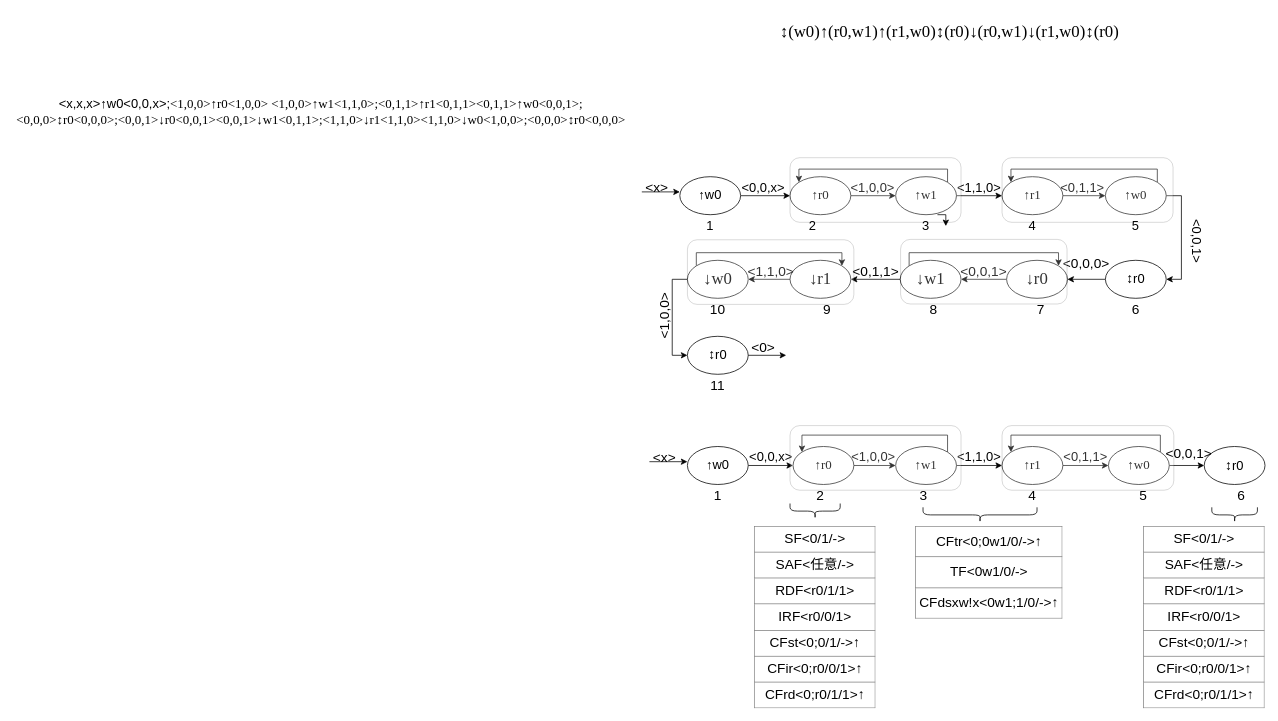
This is doc/March C.drawio from shanshan-lu/homwork, a draw.io file, before an edit. Source tidied: cells renumbered, new cells numbered last; positions are measured from the earlier drawing's top-left corner, leaving out a move shared by most shapes. Both pictures are drawn from the tidied source at 76%, with x=0, y=0 at pixel (13, 24).
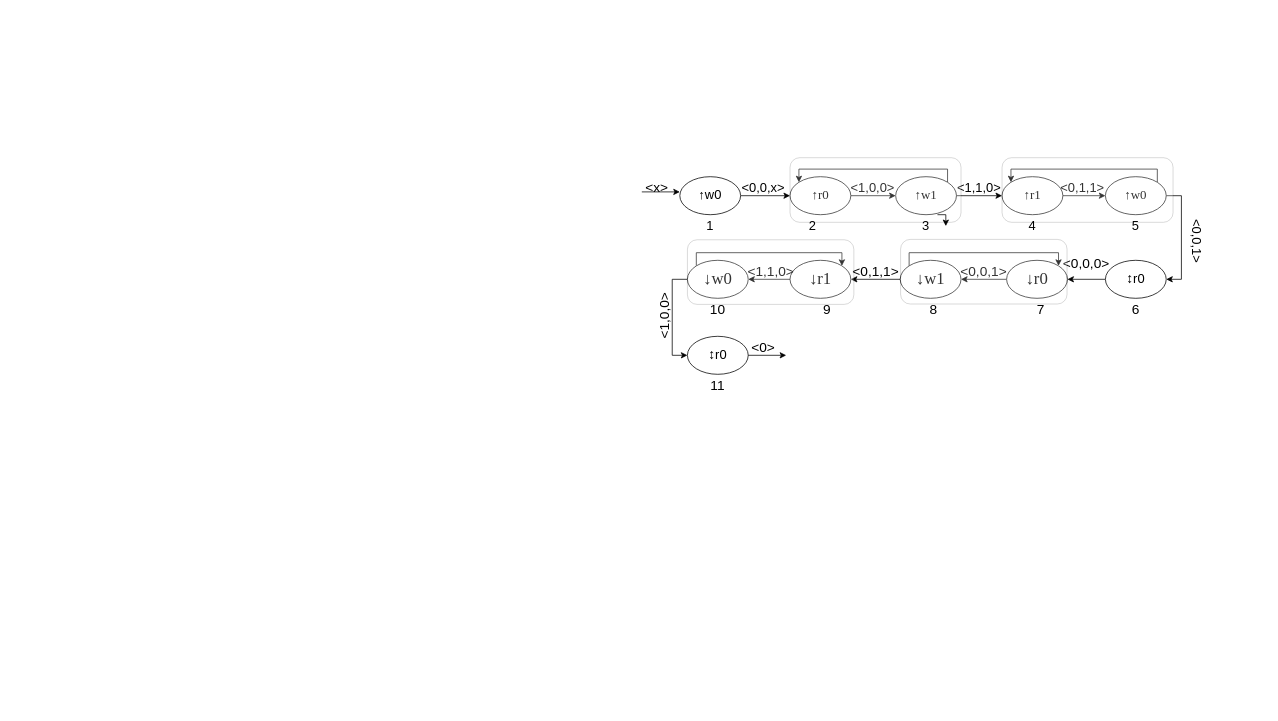
The same page after the edit.

Change to the diagram source:
```diff
@@
-    <mxCell id="2" value="&lt;p class=&quot;MsoNormal&quot;&gt;&lt;span style=&quot;font-family: &amp;quot;Times New Roman&amp;quot;;&quot;&gt;&lt;font style=&quot;font-size: 22px;&quot;&gt;↕(w0)↑(r0,w1)↑(r1,w0)↕(r0)↓(r0,w1)↓(r1,w0)↕(r0)&lt;/font&gt;&lt;/span&gt;&lt;/p&gt;" style="text;html=1;strokeColor=none;fillColor=none;align=center;verticalAlign=middle;whiteSpace=wrap;rounded=0;" parent="1" vertex="1">
-      <mxGeometry x="1022" width="420" height="20" as="geometry" />
-    </mxCell>
-    <mxCell id="3" value="&lt;p style=&quot;font-size: 17px;&quot; class=&quot;MsoNormal&quot;&gt;&lt;span&gt;&amp;lt;x,x,x&amp;gt;↑w0&amp;lt;0,0,x&amp;gt;;&lt;/span&gt;&lt;span style=&quot;font-family: &amp;quot;Times New Roman&amp;quot;; background-color: initial;&quot;&gt;&amp;lt;1,0,0&amp;gt;↑r0&amp;lt;1,0,0&amp;gt; &amp;lt;1,0,0&amp;gt;↑w1&amp;lt;1,1,0&amp;gt;;&lt;/span&gt;&lt;span style=&quot;font-family: &amp;quot;Times New Roman&amp;quot;; background-color: initial;&quot;&gt;&amp;lt;0,1,1&amp;gt;↑r1&amp;lt;0,1,1&amp;gt;&amp;lt;0,1,1&amp;gt;↑w0&amp;lt;0,0,1&amp;gt;;&lt;/span&gt;&lt;span style=&quot;font-family: &amp;quot;Times New Roman&amp;quot;; background-color: initial;&quot;&gt;&amp;lt;0,0,0&amp;gt;↕r0&amp;lt;0,0,0&amp;gt;;&lt;/span&gt;&lt;span style=&quot;font-family: &amp;quot;Times New Roman&amp;quot;; background-color: initial;&quot;&gt;&amp;lt;0,0,1&amp;gt;↓r0&amp;lt;0,0,1&amp;gt;&amp;lt;0,0,1&amp;gt;↓w1&amp;lt;0,1,1&amp;gt;;&lt;/span&gt;&lt;span style=&quot;font-family: &amp;quot;Times New Roman&amp;quot;; background-color: initial;&quot;&gt;&amp;lt;1,1,0&amp;gt;↓r1&amp;lt;1,1,0&amp;gt;&amp;lt;1,1,0&amp;gt;↓w0&amp;lt;1,0,0&amp;gt;;&lt;/span&gt;&lt;span style=&quot;font-family: &amp;quot;Times New Roman&amp;quot;; background-color: initial;&quot;&gt;&amp;lt;0,0,0&amp;gt;↕r0&amp;lt;0,0,0&amp;gt;&lt;/span&gt;&lt;/p&gt;" style="text;html=1;strokeColor=none;fillColor=none;align=center;verticalAlign=middle;whiteSpace=wrap;rounded=0;" parent="1" vertex="1">
-      <mxGeometry y="90" width="810" height="50" as="geometry" />
-    </mxCell>
@@
-    <mxCell id="58" style="edgeStyle=orthogonalEdgeStyle;rounded=0;jettySize=auto;html=1;exitX=1;exitY=0.5;exitDx=0;exitDy=0;entryX=0;entryY=0.5;entryDx=0;entryDy=0;fontSize=17;" parent="1" edge="1" source="59" target="61">
-      <mxGeometry relative="1" as="geometry" />
-    </mxCell>
-    <mxCell id="59" value="↑w0" style="ellipse;whiteSpace=wrap;html=1;fontSize=17;" parent="1" vertex="1">
-      <mxGeometry x="887" y="555" width="80" height="50" as="geometry" />
-    </mxCell>
-    <mxCell id="60" style="edgeStyle=orthogonalEdgeStyle;rounded=0;jettySize=auto;html=1;exitX=1;exitY=0.5;exitDx=0;exitDy=0;entryX=0;entryY=0.5;entryDx=0;entryDy=0;fontSize=17;" parent="1" edge="1" source="61" target="64">
-      <mxGeometry relative="1" as="geometry" />
-    </mxCell>
-    <mxCell id="61" value="&lt;span style=&quot;font-family: &amp;quot;Times New Roman&amp;quot;;&quot;&gt;↑r0&lt;/span&gt;" style="ellipse;whiteSpace=wrap;html=1;fontSize=17;" parent="1" vertex="1">
-      <mxGeometry x="1026" y="555" width="80" height="50" as="geometry" />
-    </mxCell>
-    <mxCell id="62" style="edgeStyle=orthogonalEdgeStyle;rounded=0;jettySize=auto;html=1;exitX=1;exitY=0.5;exitDx=0;exitDy=0;entryX=0;entryY=0.5;entryDx=0;entryDy=0;fontSize=17;" parent="1" edge="1" source="64" target="69">
-      <mxGeometry relative="1" as="geometry" />
-    </mxCell>
-    <mxCell id="63" style="edgeStyle=orthogonalEdgeStyle;rounded=0;jettySize=auto;html=1;exitX=1;exitY=0;exitDx=0;exitDy=0;entryX=0;entryY=0;entryDx=0;entryDy=0;fontSize=18;" parent="1" edge="1" source="64" target="61">
-      <mxGeometry relative="1" as="geometry">
-        <Array as="points">
-          <mxPoint x="1229" y="540" />
-          <mxPoint x="1038" y="540" />
-        </Array>
-      </mxGeometry>
-    </mxCell>
-    <mxCell id="64" value="&lt;span style=&quot;font-family: &amp;quot;Times New Roman&amp;quot;;&quot;&gt;↑w1&lt;/span&gt;" style="ellipse;whiteSpace=wrap;html=1;fontSize=17;" parent="1" vertex="1">
-      <mxGeometry x="1161" y="555" width="80" height="50" as="geometry" />
-    </mxCell>
-    <mxCell id="65" value="&amp;lt;0,0,x&amp;gt;" style="text;html=1;strokeColor=none;fillColor=none;align=center;verticalAlign=middle;whiteSpace=wrap;rounded=0;glass=0;fontSize=17;opacity=20;" parent="1" vertex="1">
-      <mxGeometry x="967" y="555" width="60" height="30" as="geometry" />
-    </mxCell>
-    <mxCell id="66" value="&amp;lt;1,0,0&amp;gt;" style="text;html=1;strokeColor=none;fillColor=none;align=center;verticalAlign=middle;whiteSpace=wrap;rounded=0;glass=0;fontSize=17;opacity=20;" parent="1" vertex="1">
-      <mxGeometry x="1102" y="555" width="60" height="30" as="geometry" />
-    </mxCell>
-    <mxCell id="67" value="&amp;lt;1,1,0&amp;gt;" style="text;html=1;strokeColor=none;fillColor=none;align=center;verticalAlign=middle;whiteSpace=wrap;rounded=0;glass=0;fontSize=17;opacity=20;" parent="1" vertex="1">
-      <mxGeometry x="1241" y="555" width="60" height="30" as="geometry" />
-    </mxCell>
-    <mxCell id="68" style="edgeStyle=orthogonalEdgeStyle;rounded=0;jettySize=auto;html=1;exitX=1;exitY=0.5;exitDx=0;exitDy=0;entryX=0;entryY=0.5;entryDx=0;entryDy=0;fontSize=17;" parent="1" edge="1" source="69" target="73">
-      <mxGeometry relative="1" as="geometry" />
-    </mxCell>
-    <mxCell id="69" value="&lt;span style=&quot;font-family: &amp;quot;Times New Roman&amp;quot;;&quot;&gt;↑r1&lt;/span&gt;" style="ellipse;whiteSpace=wrap;html=1;fontSize=17;" parent="1" vertex="1">
-      <mxGeometry x="1301" y="555" width="80" height="50" as="geometry" />
-    </mxCell>
-    <mxCell id="70" style="rounded=1;whiteSpace=wrap;html=1;glass=0;fontSize=17;strokeColor=#000000;opacity=20;" parent="1" vertex="1">
-      <mxGeometry x="1022" y="527.5" width="225" height="85" as="geometry" />
-    </mxCell>
-    <mxCell id="71" style="edgeStyle=orthogonalEdgeStyle;rounded=0;jettySize=auto;html=1;exitX=1;exitY=0.5;exitDx=0;exitDy=0;entryX=0;entryY=0.5;entryDx=0;entryDy=0;fontSize=18;" parent="1" edge="1" source="73" target="78">
-      <mxGeometry relative="1" as="geometry" />
-    </mxCell>
-    <mxCell id="72" style="edgeStyle=orthogonalEdgeStyle;rounded=0;jettySize=auto;html=1;exitX=1;exitY=0;exitDx=0;exitDy=0;entryX=0;entryY=0;entryDx=0;entryDy=0;fontSize=18;" parent="1" edge="1" source="73" target="69">
-      <mxGeometry relative="1" as="geometry">
-        <Array as="points">
-          <mxPoint x="1509" y="540" />
-          <mxPoint x="1313" y="540" />
-        </Array>
-      </mxGeometry>
-    </mxCell>
-    <mxCell id="73" value="&lt;span style=&quot;font-family: &amp;quot;Times New Roman&amp;quot;;&quot;&gt;↑w0&lt;/span&gt;" style="ellipse;whiteSpace=wrap;html=1;fontSize=17;" parent="1" vertex="1">
-      <mxGeometry x="1441" y="555" width="80" height="50" as="geometry" />
-    </mxCell>
-    <mxCell id="74" value="&amp;lt;0,1,1&amp;gt;" style="text;html=1;strokeColor=none;fillColor=none;align=center;verticalAlign=middle;whiteSpace=wrap;rounded=0;glass=0;fontSize=17;opacity=20;" parent="1" vertex="1">
-      <mxGeometry x="1381" y="555" width="60" height="30" as="geometry" />
-    </mxCell>
-    <mxCell id="75" style="rounded=1;whiteSpace=wrap;html=1;glass=0;fontSize=17;strokeColor=#000000;opacity=20;" parent="1" vertex="1">
-      <mxGeometry x="1301" y="527.5" width="226" height="85" as="geometry" />
-    </mxCell>
-    <mxCell id="76" style="endArrow=classic;html=1;rounded=0;fontSize=18;" parent="1" edge="1">
-      <mxGeometry relative="1" as="geometry">
-        <mxPoint x="837" y="575" as="sourcePoint" />
-        <mxPoint x="887" y="575" as="targetPoint" />
-      </mxGeometry>
-    </mxCell>
-    <mxCell id="77" value="&amp;lt;x&amp;gt;" style="text;html=1;strokeColor=none;fillColor=none;align=center;verticalAlign=middle;whiteSpace=wrap;rounded=0;glass=0;fontSize=18;opacity=20;" parent="1" vertex="1">
-      <mxGeometry x="837" y="555" width="40" height="30" as="geometry" />
-    </mxCell>
-    <mxCell id="78" value="&lt;span style=&quot;font-family: &amp;quot;Times New Roman&amp;quot;;&quot;&gt;&lt;font style=&quot;font-size: 18px;&quot;&gt;↕&lt;/font&gt;&lt;/span&gt;r0" style="ellipse;whiteSpace=wrap;html=1;fontSize=17;" parent="1" vertex="1">
-      <mxGeometry x="1567" y="555" width="80" height="50" as="geometry" />
-    </mxCell>
-    <mxCell id="79" value="&amp;lt;0,0,1&amp;gt;" style="text;html=1;strokeColor=none;fillColor=none;align=center;verticalAlign=middle;whiteSpace=wrap;rounded=0;glass=0;fontSize=18;opacity=20;" parent="1" vertex="1">
-      <mxGeometry x="1517" y="550" width="60" height="30" as="geometry" />
-    </mxCell>
-    <mxCell id="80" value="1" style="text;html=1;strokeColor=none;fillColor=none;align=center;verticalAlign=middle;whiteSpace=wrap;rounded=0;glass=0;fontSize=18;opacity=20;" parent="1" vertex="1">
-      <mxGeometry x="897" y="605" width="60" height="30" as="geometry" />
-    </mxCell>
-    <mxCell id="81" value="2" style="text;html=1;strokeColor=none;fillColor=none;align=center;verticalAlign=middle;whiteSpace=wrap;rounded=0;glass=0;fontSize=18;opacity=20;" parent="1" vertex="1">
-      <mxGeometry x="1032" y="605" width="60" height="30" as="geometry" />
-    </mxCell>
-    <mxCell id="82" value="3" style="text;html=1;strokeColor=none;fillColor=none;align=center;verticalAlign=middle;whiteSpace=wrap;rounded=0;glass=0;fontSize=18;opacity=20;" parent="1" vertex="1">
-      <mxGeometry x="1168" y="605" width="60" height="30" as="geometry" />
-    </mxCell>
-    <mxCell id="83" value="4" style="text;html=1;strokeColor=none;fillColor=none;align=center;verticalAlign=middle;whiteSpace=wrap;rounded=0;glass=0;fontSize=18;opacity=20;" parent="1" vertex="1">
-      <mxGeometry x="1311" y="605" width="60" height="30" as="geometry" />
-    </mxCell>
-    <mxCell id="84" value="5" style="text;html=1;strokeColor=none;fillColor=none;align=center;verticalAlign=middle;whiteSpace=wrap;rounded=0;glass=0;fontSize=18;opacity=20;" parent="1" vertex="1">
-      <mxGeometry x="1457" y="605" width="60" height="30" as="geometry" />
-    </mxCell>
-    <mxCell id="85" value="6" style="text;html=1;strokeColor=none;fillColor=none;align=center;verticalAlign=middle;whiteSpace=wrap;rounded=0;glass=0;fontSize=18;opacity=20;" parent="1" vertex="1">
-      <mxGeometry x="1586" y="605" width="60" height="30" as="geometry" />
-    </mxCell>
-    <mxCell id="86" style="shape=curlyBracket;whiteSpace=wrap;html=1;rounded=1;glass=0;fontSize=18;strokeColor=#000000;direction=north;size=0.5;" parent="1" vertex="1">
-      <mxGeometry x="1022" y="630" width="66" height="20" as="geometry" />
-    </mxCell>
-    <mxCell id="87" value="&lt;table border=&quot;1&quot; width=&quot;100%&quot; height=&quot;100%&quot; cellpadding=&quot;4&quot; style=&quot;width:100%;height:100%;border-collapse:collapse;&quot;&gt;&lt;tbody&gt;&lt;tr&gt;&lt;th style=&quot;text-align: center;&quot;&gt;&lt;span style=&quot;font-weight: normal;&quot;&gt;SF&amp;lt;0/1/-&amp;gt;&lt;/span&gt;&lt;/th&gt;&lt;/tr&gt;&lt;tr&gt;&lt;td style=&quot;text-align: center;&quot;&gt;SAF&amp;lt;任意/-&amp;gt;&lt;/td&gt;&lt;/tr&gt;&lt;tr&gt;&lt;td style=&quot;text-align: center;&quot;&gt;RDF&amp;lt;r0/1/1&amp;gt;&lt;/td&gt;&lt;/tr&gt;&lt;tr&gt;&lt;td style=&quot;text-align: center;&quot;&gt;IRF&amp;lt;r0/0/1&amp;gt;&lt;/td&gt;&lt;/tr&gt;&lt;tr&gt;&lt;td style=&quot;text-align: center;&quot;&gt;CFst&amp;lt;0;0/1/-&amp;gt;↑&lt;br&gt;&lt;/td&gt;&lt;/tr&gt;&lt;tr&gt;&lt;td style=&quot;text-align: center;&quot;&gt;CFir&amp;lt;0;r0/0/1&amp;gt;↑&lt;/td&gt;&lt;/tr&gt;&lt;tr&gt;&lt;td style=&quot;text-align: center;&quot;&gt;CFrd&amp;lt;0;r0/1/1&amp;gt;↑&lt;/td&gt;&lt;/tr&gt;&lt;/tbody&gt;&lt;/table&gt;" style="text;html=1;strokeColor=none;fillColor=none;overflow=fill;glass=0;fontSize=18;" parent="1" vertex="1">
-      <mxGeometry x="975" y="660" width="160" height="240" as="geometry" />
-    </mxCell>
-    <mxCell id="88" style="shape=curlyBracket;whiteSpace=wrap;html=1;rounded=1;flipH=1;glass=0;fontSize=18;strokeColor=#000000;direction=north;size=0.5;" parent="1" vertex="1">
-      <mxGeometry x="1577" y="635" width="60" height="20" as="geometry" />
-    </mxCell>
-    <mxCell id="89" value="&lt;table border=&quot;1&quot; width=&quot;100%&quot; height=&quot;100%&quot; cellpadding=&quot;4&quot; style=&quot;width:100%;height:100%;border-collapse:collapse;&quot;&gt;&lt;tbody&gt;&lt;tr&gt;&lt;th style=&quot;text-align: center;&quot;&gt;&lt;span style=&quot;font-weight: normal;&quot;&gt;SF&amp;lt;0/1/-&amp;gt;&lt;/span&gt;&lt;/th&gt;&lt;/tr&gt;&lt;tr&gt;&lt;td style=&quot;text-align: center;&quot;&gt;SAF&amp;lt;任意/-&amp;gt;&lt;/td&gt;&lt;/tr&gt;&lt;tr&gt;&lt;td style=&quot;text-align: center;&quot;&gt;RDF&amp;lt;r0/1/1&amp;gt;&lt;/td&gt;&lt;/tr&gt;&lt;tr&gt;&lt;td style=&quot;text-align: center;&quot;&gt;IRF&amp;lt;r0/0/1&amp;gt;&lt;/td&gt;&lt;/tr&gt;&lt;tr&gt;&lt;td style=&quot;text-align: center;&quot;&gt;CFst&amp;lt;0;0/1/-&amp;gt;↑&lt;br&gt;&lt;/td&gt;&lt;/tr&gt;&lt;tr&gt;&lt;td style=&quot;text-align: center;&quot;&gt;CFir&amp;lt;0;r0/0/1&amp;gt;↑&lt;/td&gt;&lt;/tr&gt;&lt;tr&gt;&lt;td style=&quot;text-align: center;&quot;&gt;CFrd&amp;lt;0;r0/1/1&amp;gt;↑&lt;/td&gt;&lt;/tr&gt;&lt;/tbody&gt;&lt;/table&gt;" style="text;html=1;strokeColor=none;fillColor=none;overflow=fill;glass=0;fontSize=18;" parent="1" vertex="1">
-      <mxGeometry x="1487" y="660" width="160" height="240" as="geometry" />
-    </mxCell>
@@
-    <mxCell id="91" style="shape=curlyBracket;whiteSpace=wrap;html=1;rounded=1;flipH=1;glass=0;fontSize=18;strokeColor=#000000;direction=north;size=0.5;" parent="1" vertex="1">
-      <mxGeometry x="1197" y="635" width="150" height="20" as="geometry" />
-    </mxCell>
-    <mxCell id="92" value="&lt;table border=&quot;1&quot; width=&quot;100%&quot; height=&quot;100%&quot; cellpadding=&quot;4&quot; style=&quot;width:100%;height:100%;border-collapse:collapse;&quot;&gt;&lt;tbody&gt;&lt;tr&gt;&lt;th style=&quot;text-align: center;&quot;&gt;&lt;span style=&quot;font-weight: 400;&quot;&gt;CFtr&amp;lt;0;0w1/0/-&amp;gt;&lt;/span&gt;↑&lt;/th&gt;&lt;/tr&gt;&lt;tr&gt;&lt;td style=&quot;text-align: center;&quot;&gt;TF&amp;lt;0w1/0/-&amp;gt;&lt;/td&gt;&lt;/tr&gt;&lt;tr&gt;&lt;td style=&quot;text-align: center;&quot;&gt;CFdsxw!x&amp;lt;0w1;1/0/-&amp;gt;↑&lt;/td&gt;&lt;/tr&gt;&lt;/tbody&gt;&lt;/table&gt;" style="text;html=1;strokeColor=none;fillColor=none;overflow=fill;glass=0;fontSize=18;" parent="1" vertex="1">
-      <mxGeometry x="1187" y="660" width="194" height="122" as="geometry" />
-    </mxCell>
-    <mxCell id="93" style="edgeStyle=orthogonalEdgeStyle;rounded=0;orthogonalLoop=1;jettySize=auto;html=1;exitX=0.5;exitY=1;exitDx=0;exitDy=0;fontSize=18;" parent="1" edge="1" source="2" target="2">
-      <mxGeometry relative="1" as="geometry" />
+    <mxCell id="93" style="edgeStyle=orthogonalEdgeStyle;rounded=0;orthogonalLoop=1;jettySize=auto;html=1;exitX=0.5;exitY=1;exitDx=0;exitDy=0;fontSize=18;" parent="1" edge="1">
+      <mxGeometry relative="1" as="geometry">
+        <mxPoint x="1232" y="20" as="sourcePoint" />
+        <mxPoint x="1232" y="20" as="targetPoint" />
+      </mxGeometry>
     </mxCell>
```
